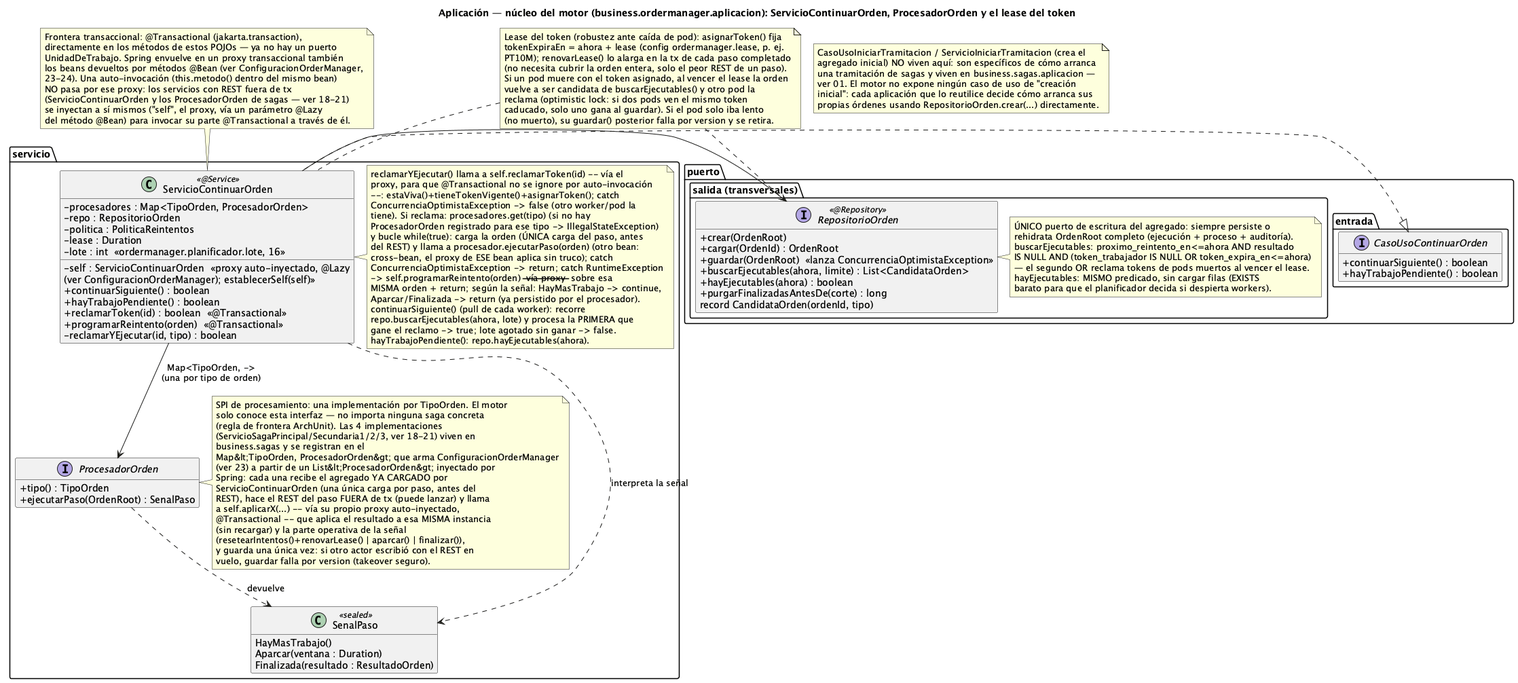
Earlier version of the PlantUML export order-manager/docs/17-clases-aplicacion-nucleo.png (ralcazar/patrones).
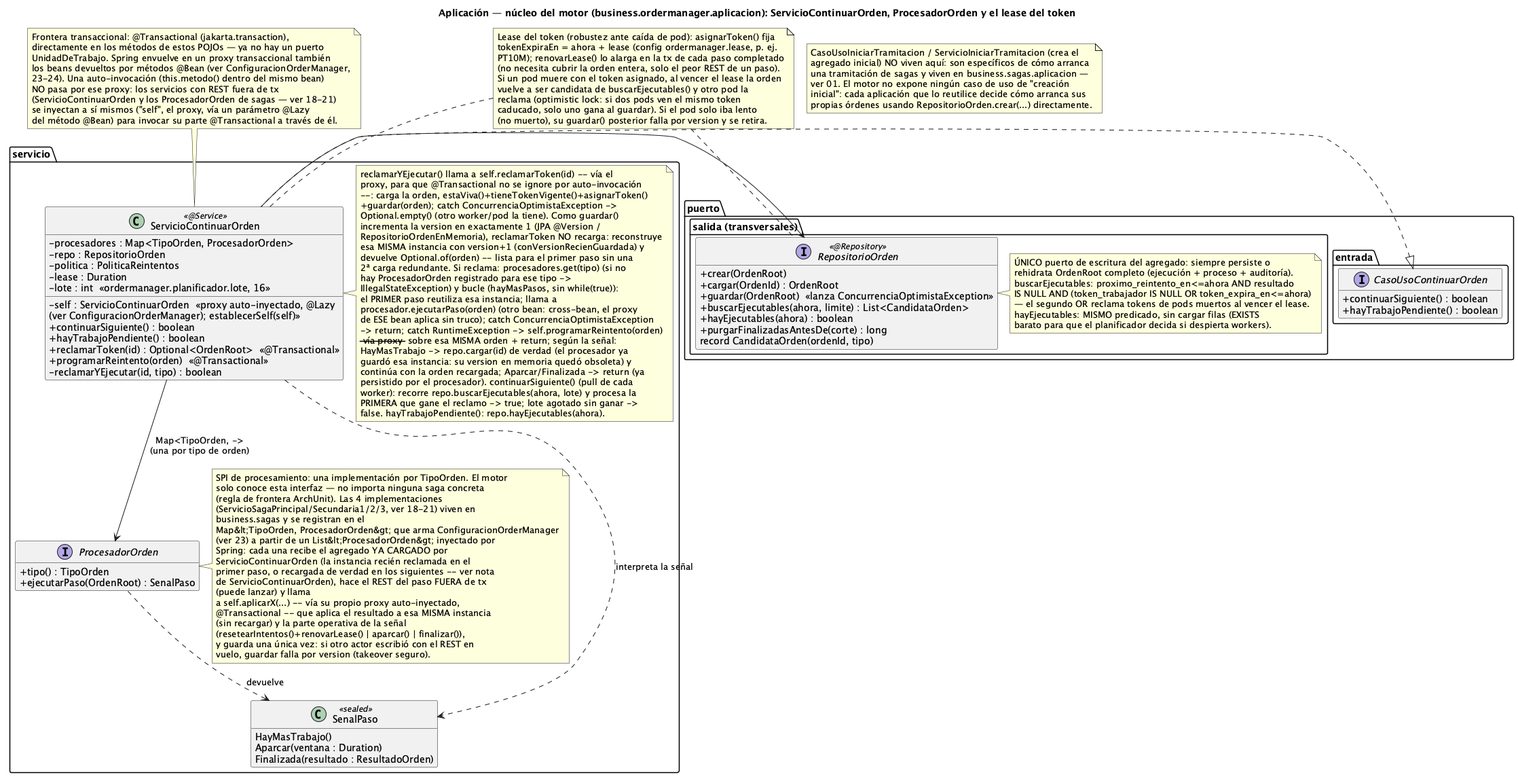
The same file after the commit.

The edit, as a diff of the source:
```diff
@@ -21,28 +21,35 @@
     -self : ServicioContinuarOrden  «proxy auto-inyectado, @Lazy\n(ver ConfiguracionOrderManager); establecerSelf(self)»
     +continuarSiguiente() : boolean
     +hayTrabajoPendiente() : boolean
-    +reclamarToken(id) : boolean  «@Transactional»
+    +reclamarToken(id) : Optional<OrdenRoot>  «@Transactional»
     +programarReintento(orden)  «@Transactional»
     -reclamarYEjecutar(id, tipo) : boolean
   }
   note right of ServicioContinuarOrden
     reclamarYEjecutar() llama a self.reclamarToken(id) -- vía el
     proxy, para que @Transactional no se ignore por auto-invocación
-    --: estaViva()+tieneTokenVigente()+asignarToken(); catch
-    ConcurrenciaOptimistaException -> false (otro worker/pod la
-    tiene). Si reclama: procesadores.get(tipo) (si no hay
-    ProcesadorOrden registrado para ese tipo -> IllegalStateException)
-    y bucle while(true): carga la orden (ÚNICA carga del paso, antes
-    del REST) y llama a procesador.ejecutarPaso(orden) (otro bean:
-    cross-bean, el proxy de ESE bean aplica sin truco); catch
-    ConcurrenciaOptimistaException -> return; catch RuntimeException
-    -> self.programarReintento(orden) -- vía proxy -- sobre esa
-    MISMA orden + return; según la señal: HayMasTrabajo -> continue,
-    Aparcar/Finalizada -> return (ya persistido por el procesador).
-    continuarSiguiente() (pull de cada worker): recorre
-    repo.buscarEjecutables(ahora, lote) y procesa la PRIMERA que
-    gane el reclamo -> true; lote agotado sin ganar -> false.
-    hayTrabajoPendiente(): repo.hayEjecutables(ahora).
+    --: carga la orden, estaViva()+tieneTokenVigente()+asignarToken()
+    +guardar(orden); catch ConcurrenciaOptimistaException ->
+    Optional.empty() (otro worker/pod la tiene). Como guardar()
+    incrementa la version en exactamente 1 (JPA @Version /
+    RepositorioOrdenEnMemoria), reclamarToken NO recarga: reconstruye
+    esa MISMA instancia con version+1 (conVersionRecienGuardada) y
+    devuelve Optional.of(orden) -- lista para el primer paso sin una
+    2ª carga redundante. Si reclama: procesadores.get(tipo) (si no
+    hay ProcesadorOrden registrado para ese tipo ->
+    IllegalStateException) y bucle (hayMasPasos, sin while(true)):
+    el PRIMER paso reutiliza esa instancia; llama a
+    procesador.ejecutarPaso(orden) (otro bean: cross-bean, el proxy
+    de ESE bean aplica sin truco); catch ConcurrenciaOptimistaException
+    -> return; catch RuntimeException -> self.programarReintento(orden)
+    -- vía proxy -- sobre esa MISMA orden + return; según la señal:
+    HayMasTrabajo -> repo.cargar(id) de verdad (el procesador ya
+    guardó esa instancia: su version en memoria quedó obsoleta) y
+    continúa con la orden recargada; Aparcar/Finalizada -> return (ya
+    persistido por el procesador). continuarSiguiente() (pull de cada
+    worker): recorre repo.buscarEjecutables(ahora, lote) y procesa la
+    PRIMERA que gane el reclamo -> true; lote agotado sin ganar ->
+    false. hayTrabajoPendiente(): repo.hayEjecutables(ahora).
   end note
 
   interface ProcesadorOrden {
@@ -58,8 +65,10 @@
     Map&lt;TipoOrden, ProcesadorOrden&gt; que arma ConfiguracionOrderManager
     (ver 23) a partir de un List&lt;ProcesadorOrden&gt; inyectado por
     Spring: cada una recibe el agregado YA CARGADO por
-    ServicioContinuarOrden (una única carga por paso, antes del
-    REST), hace el REST del paso FUERA de tx (puede lanzar) y llama
+    ServicioContinuarOrden (la instancia recién reclamada en el
+    primer paso, o recargada de verdad en los siguientes -- ver nota
+    de ServicioContinuarOrden), hace el REST del paso FUERA de tx
+    (puede lanzar) y llama
     a self.aplicarX(...) -- vía su propio proxy auto-inyectado,
     @Transactional -- que aplica el resultado a esa MISMA instancia
     (sin recargar) y la parte operativa de la señal
```
